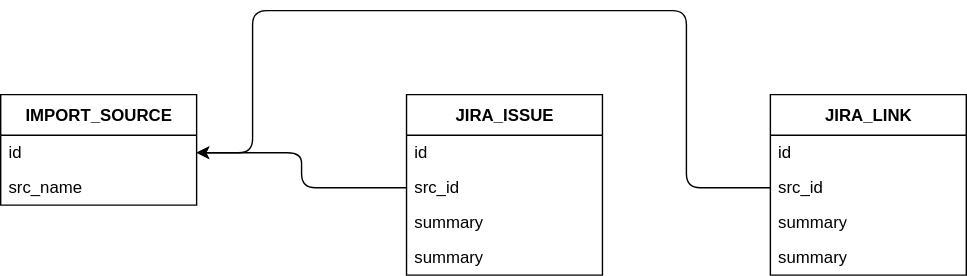
Above: db/schema/tables.drawio.svg in go-zen-chu/product-measurement (draw.io), before the change. Source tidied: cells renumbered, new cells last; positions are measured from the earlier drawing's top-left corner, leaving out a move shared by most shapes.
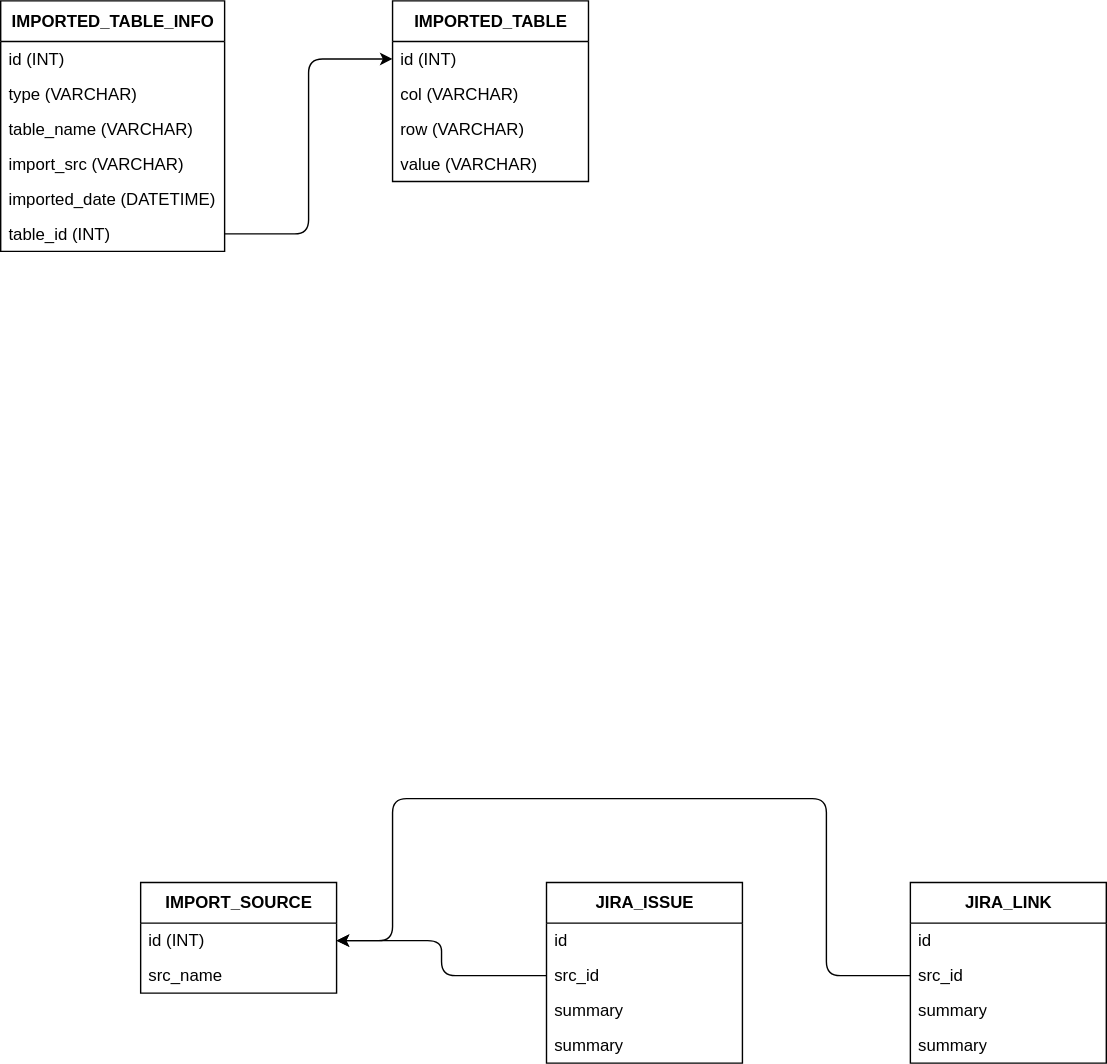
After the commit.

Diff of the diagram source:
```diff
@@ -5,7 +5,7 @@
     <mxCell id="2" value="IMPORT_SOURCE" style="swimlane;fontStyle=1;align=center;verticalAlign=middle;horizontal=1;startSize=29;html=1;" parent="1" vertex="1">
       <mxGeometry y="60" width="140" height="79" as="geometry" />
     </mxCell>
-    <mxCell id="3" value="id" style="text;html=1;strokeColor=none;fillColor=none;align=left;verticalAlign=middle;spacingLeft=4;spacingRight=4;overflow=hidden;points=[[0,0.5],[1,0.5]];portConstraint=eastwest;" parent="2" vertex="1">
+    <mxCell id="3" value="id&amp;nbsp;(INT)" style="text;html=1;strokeColor=none;fillColor=none;align=left;verticalAlign=middle;spacingLeft=4;spacingRight=4;overflow=hidden;points=[[0,0.5],[1,0.5]];portConstraint=eastwest;" parent="2" vertex="1">
       <mxGeometry y="29" width="140" height="25" as="geometry" />
     </mxCell>
     <mxCell id="4" value="src_name" style="text;html=1;strokeColor=none;fillColor=none;align=left;verticalAlign=middle;spacingLeft=4;spacingRight=4;overflow=hidden;" parent="2" vertex="1">
@@ -54,5 +54,44 @@
         </Array>
       </mxGeometry>
     </mxCell>
+    <mxCell id="17" value="IMPORTED_TABLE_INFO" style="swimlane;fontStyle=1;align=center;verticalAlign=middle;horizontal=1;startSize=29;html=1;" parent="1" vertex="1">
+      <mxGeometry x="-100" y="-570" width="160" height="179" as="geometry" />
+    </mxCell>
+    <mxCell id="18" value="id&amp;nbsp;(INT)" style="text;html=1;strokeColor=none;fillColor=none;align=left;verticalAlign=middle;spacingLeft=4;spacingRight=4;overflow=hidden;" parent="17" vertex="1">
+      <mxGeometry y="29" width="160" height="25" as="geometry" />
+    </mxCell>
+    <mxCell id="19" value="type (VARCHAR)" style="text;html=1;strokeColor=none;fillColor=none;align=left;verticalAlign=middle;spacingLeft=4;spacingRight=4;overflow=hidden;" parent="17" vertex="1">
+      <mxGeometry y="54" width="160" height="25" as="geometry" />
+    </mxCell>
+    <mxCell id="20" value="table_name (VARCHAR)" style="text;html=1;strokeColor=none;fillColor=none;align=left;verticalAlign=middle;spacingLeft=4;spacingRight=4;overflow=hidden;" parent="17" vertex="1">
+      <mxGeometry y="79" width="160" height="25" as="geometry" />
+    </mxCell>
+    <mxCell id="21" value="import_src (VARCHAR)" style="text;html=1;strokeColor=none;fillColor=none;align=left;verticalAlign=middle;spacingLeft=4;spacingRight=4;overflow=hidden;" parent="17" vertex="1">
+      <mxGeometry y="104" width="160" height="25" as="geometry" />
+    </mxCell>
+    <mxCell id="22" value="imported_date (DATETIME)" style="text;html=1;strokeColor=none;fillColor=none;align=left;verticalAlign=middle;spacingLeft=4;spacingRight=4;overflow=hidden;" parent="17" vertex="1">
+      <mxGeometry y="129" width="160" height="25" as="geometry" />
+    </mxCell>
+    <mxCell id="23" value="table_id (INT)" style="text;html=1;strokeColor=none;fillColor=none;align=left;verticalAlign=middle;spacingLeft=4;spacingRight=4;overflow=hidden;points=[[0,0.5],[1,0.5]];portConstraint=eastwest;" parent="17" vertex="1">
+      <mxGeometry y="154" width="160" height="25" as="geometry" />
+    </mxCell>
+    <mxCell id="24" value="IMPORTED_TABLE" style="swimlane;fontStyle=1;align=center;verticalAlign=middle;horizontal=1;startSize=29;html=1;" parent="1" vertex="1">
+      <mxGeometry x="180" y="-570" width="140" height="129" as="geometry" />
+    </mxCell>
+    <mxCell id="25" value="id (INT)" style="text;html=1;strokeColor=none;fillColor=none;align=left;verticalAlign=middle;spacingLeft=4;spacingRight=4;overflow=hidden;points=[[0,0.5],[1,0.5]];portConstraint=eastwest;" parent="24" vertex="1">
+      <mxGeometry y="29" width="140" height="25" as="geometry" />
+    </mxCell>
+    <mxCell id="26" value="col (VARCHAR)" style="text;html=1;strokeColor=none;fillColor=none;align=left;verticalAlign=middle;spacingLeft=4;spacingRight=4;overflow=hidden;" parent="24" vertex="1">
+      <mxGeometry y="54" width="140" height="25" as="geometry" />
+    </mxCell>
+    <mxCell id="27" value="row (VARCHAR)" style="text;html=1;strokeColor=none;fillColor=none;align=left;verticalAlign=middle;spacingLeft=4;spacingRight=4;overflow=hidden;" parent="24" vertex="1">
+      <mxGeometry y="79" width="140" height="25" as="geometry" />
+    </mxCell>
+    <mxCell id="28" value="value (VARCHAR)" style="text;html=1;strokeColor=none;fillColor=none;align=left;verticalAlign=middle;spacingLeft=4;spacingRight=4;overflow=hidden;" parent="24" vertex="1">
+      <mxGeometry y="104" width="140" height="25" as="geometry" />
+    </mxCell>
+    <mxCell id="29" style="edgeStyle=orthogonalEdgeStyle;html=1;exitX=1;exitY=0.5;exitDx=0;exitDy=0;entryX=0;entryY=0.5;entryDx=0;entryDy=0;" parent="1" edge="1" source="23" target="25">
+      <mxGeometry relative="1" as="geometry" />
+    </mxCell>
   </root>
 </mxGraphModel>
```
